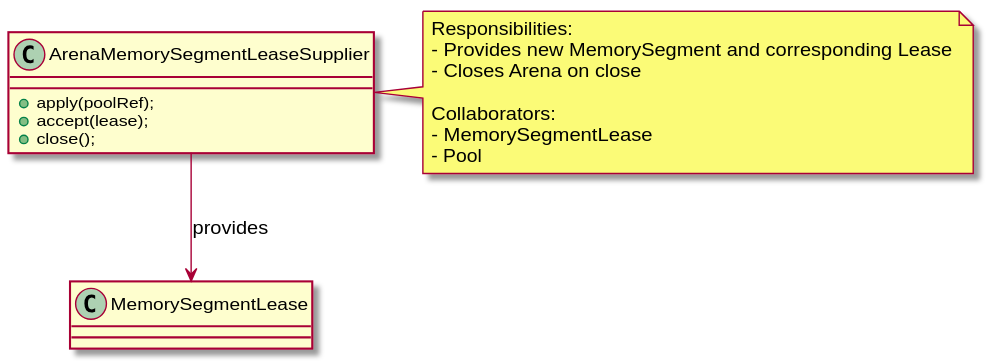
Earlier version of the PlantUML export docs/issue-11/doxygen/inline_umlgraph_10.svg (eemhu/buf_01).
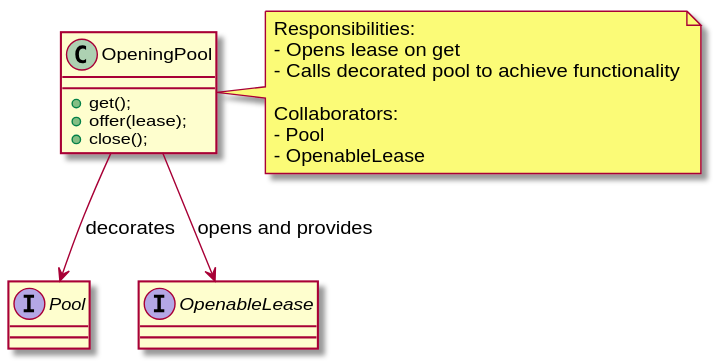
After the change.

Change to the diagram source:
```diff
@@ -1,19 +1,22 @@
 @startuml inline_umlgraph_10.svg
-class ArenaMemorySegmentLeaseSupplier {
-+ apply(poolRef);
-+ accept(lease);
+interface Pool
+interface OpenableLease
+class OpeningPool {
++ get();
++ offer(lease);
 + close();
 }
 
-ArenaMemorySegmentLeaseSupplier --> MemorySegmentLease : provides
+OpeningPool --> OpenableLease : opens and provides
+OpeningPool --> Pool : decorates
 
-note right of ArenaMemorySegmentLeaseSupplier
+note right of OpeningPool
 Responsibilities:
-- Provides new MemorySegment and corresponding Lease
-- Closes Arena on close
+- Opens lease on get
+- Calls decorated pool to achieve functionality
 
 Collaborators:
-- MemorySegmentLease
 - Pool
+- OpenableLease
 end note
 @enduml
```
